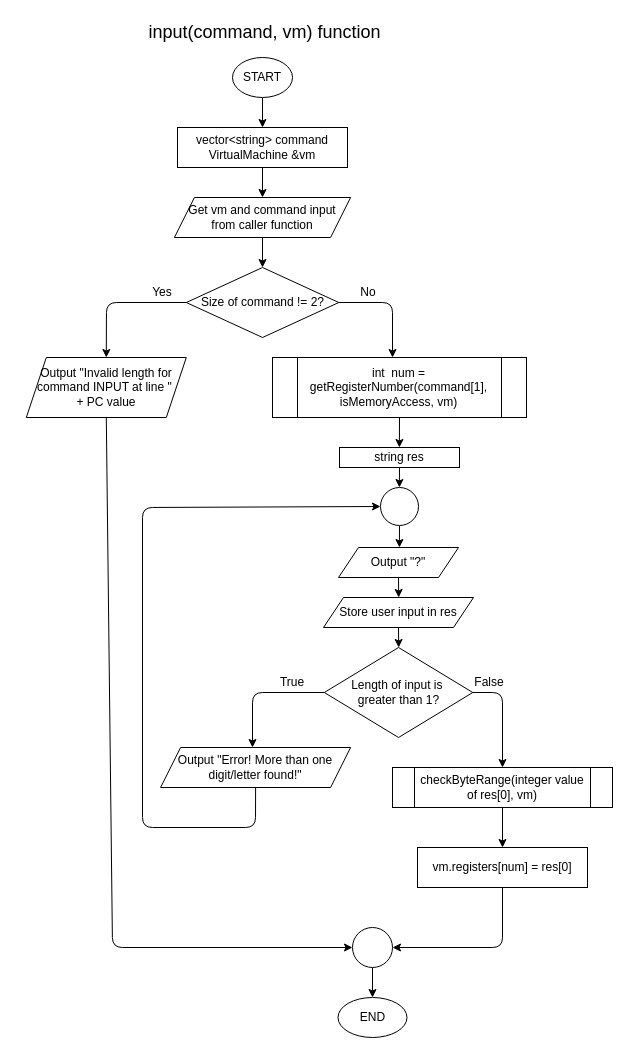
Mutton9558/TT1L_G03 keeps this draw.io diagram as page "input" (2 of 4) of source/Flowcharts.dio. Above is the earlier version. Source tidied: cells renumbered, new cells numbered last; positions are measured from the earlier drawing's top-left corner, leaving out a move shared by most shapes. Both pictures are drawn from the tidied source at 100%, with x=0, y=0 at pixel (26, 17).
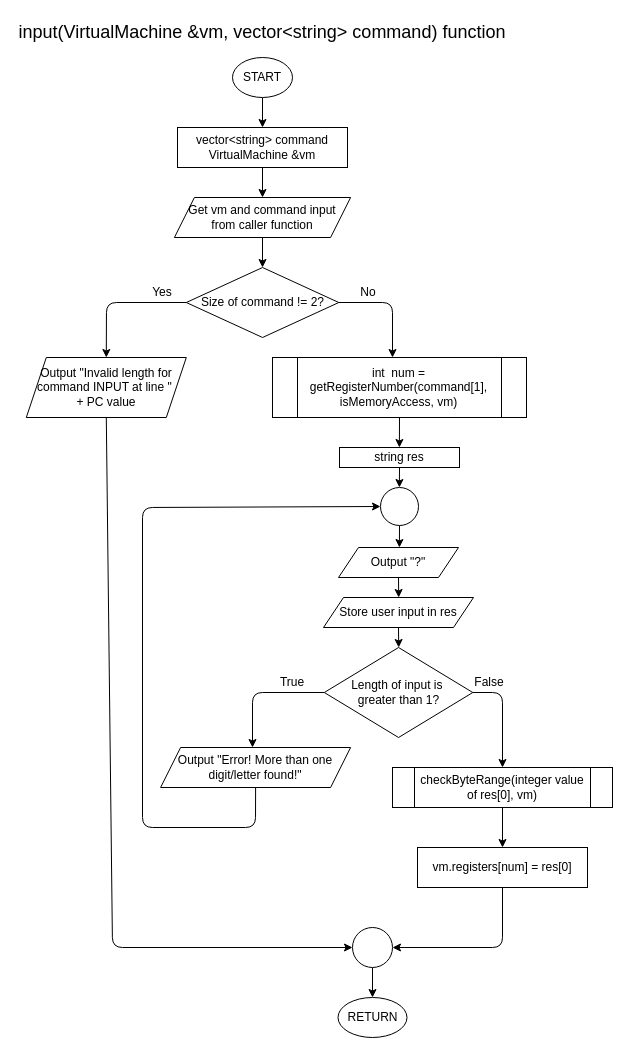
After the change.

Change to the diagram source:
```diff
@@
-    <mxCell id="38" value="END" style="ellipse;whiteSpace=wrap;html=1;" parent="1" vertex="1">
+    <mxCell id="38" value="RETURN" style="ellipse;whiteSpace=wrap;html=1;" parent="1" vertex="1">
       <mxGeometry x="311.5" y="980" width="69" height="40" as="geometry" />
     </mxCell>
-    <mxCell id="39" value="&lt;font style=&quot;font-size: 18px;&quot;&gt;input(command, vm) function&lt;/font&gt;" style="text;html=1;align=center;verticalAlign=middle;whiteSpace=wrap;rounded=0;" parent="1" vertex="1">
-      <mxGeometry x="86" width="305" height="30" as="geometry" />
+    <mxCell id="39" value="&lt;font style=&quot;font-size: 18px;&quot;&gt;input(VirtualMachine &amp;amp;vm, vector&amp;lt;string&amp;gt; command) function&lt;/font&gt;" style="text;html=1;align=center;verticalAlign=middle;whiteSpace=wrap;rounded=0;" parent="1" vertex="1">
+      <mxGeometry x="-9" width="490" height="30" as="geometry" />
     </mxCell>
```
